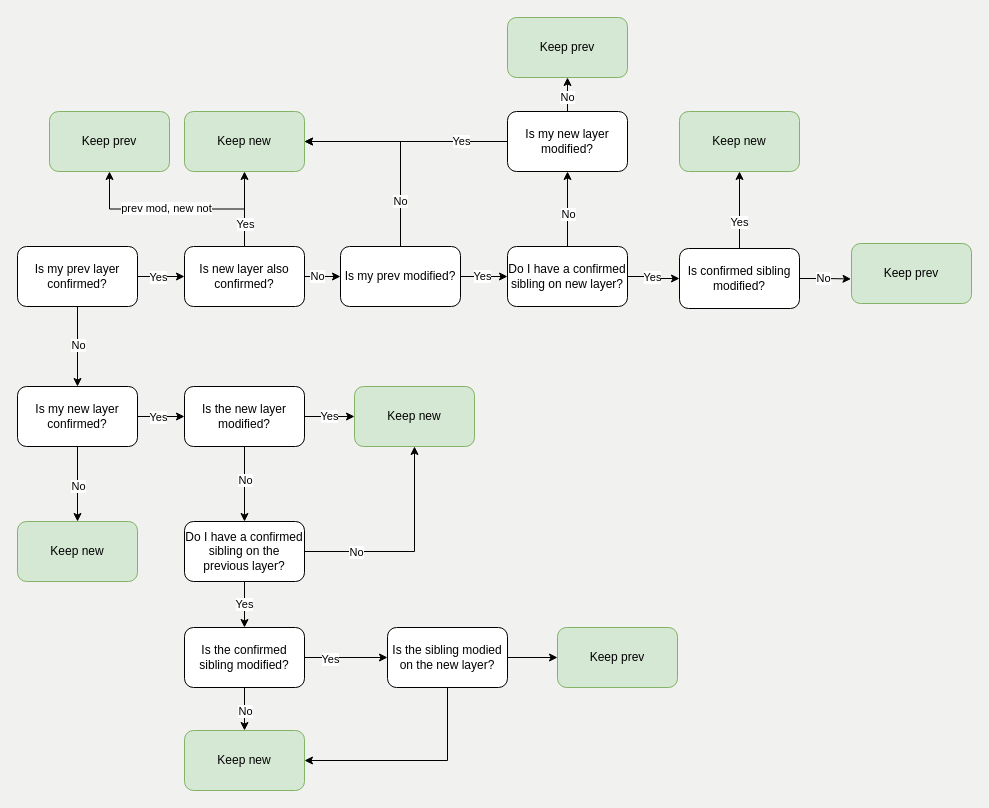
This is page "Page-1" (1 of 2) of cutsheet/Untitled Diagram.drawio from JGHood/draw-io-diagrams-test, a draw.io file, before an edit. Source tidied: cells renumbered, new cells numbered last; positions are measured from the earlier drawing's top-left corner, leaving out a move shared by most shapes. Both pictures are drawn from the tidied source at 100%, with x=0, y=0 at pixel (17, 17).
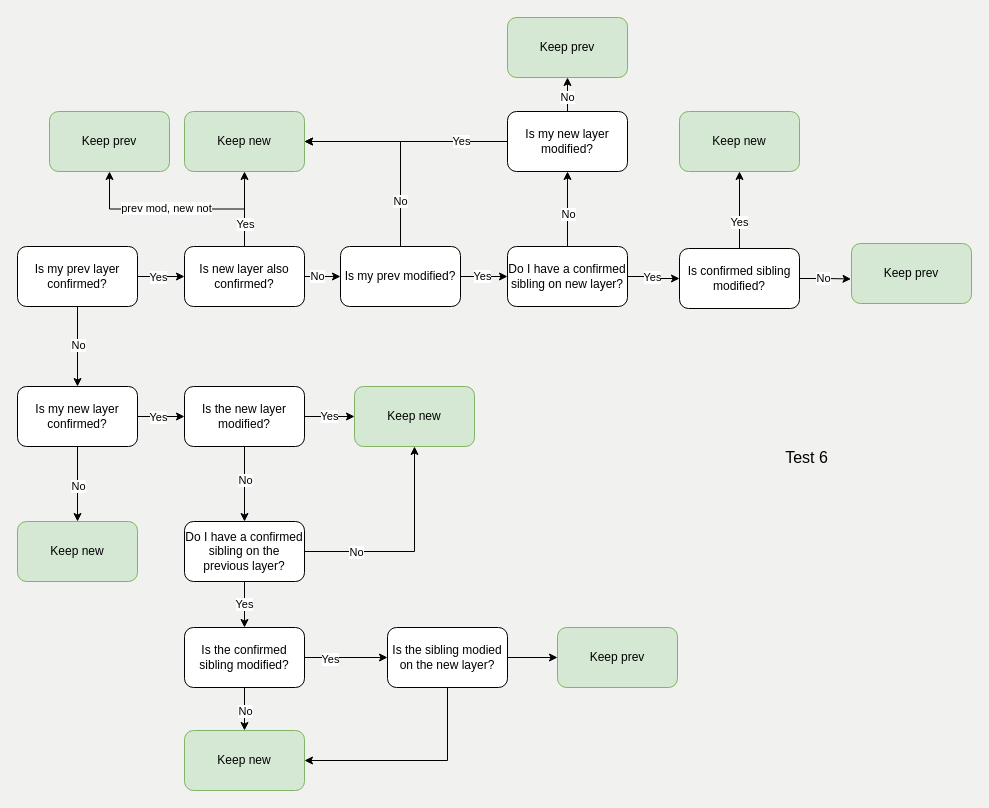
The same page after the edit.

The edit, as a diff of the source:
```diff
@@
-<mxGraphModel background="light-dark(#F1F1EF,#252525)">
+<mxGraphModel background="light-dark(#F1F1EF,#191919)">
@@
+    <mxCell id="64" value="&lt;div&gt;Test 6&lt;/div&gt;" style="text;html=1;align=center;verticalAlign=middle;strokeColor=none;fillColor=none;fontSize=16;" parent="1" vertex="1">
+      <mxGeometry x="758.5" y="424.5" width="61" height="31" as="geometry" />
+    </mxCell>
```
